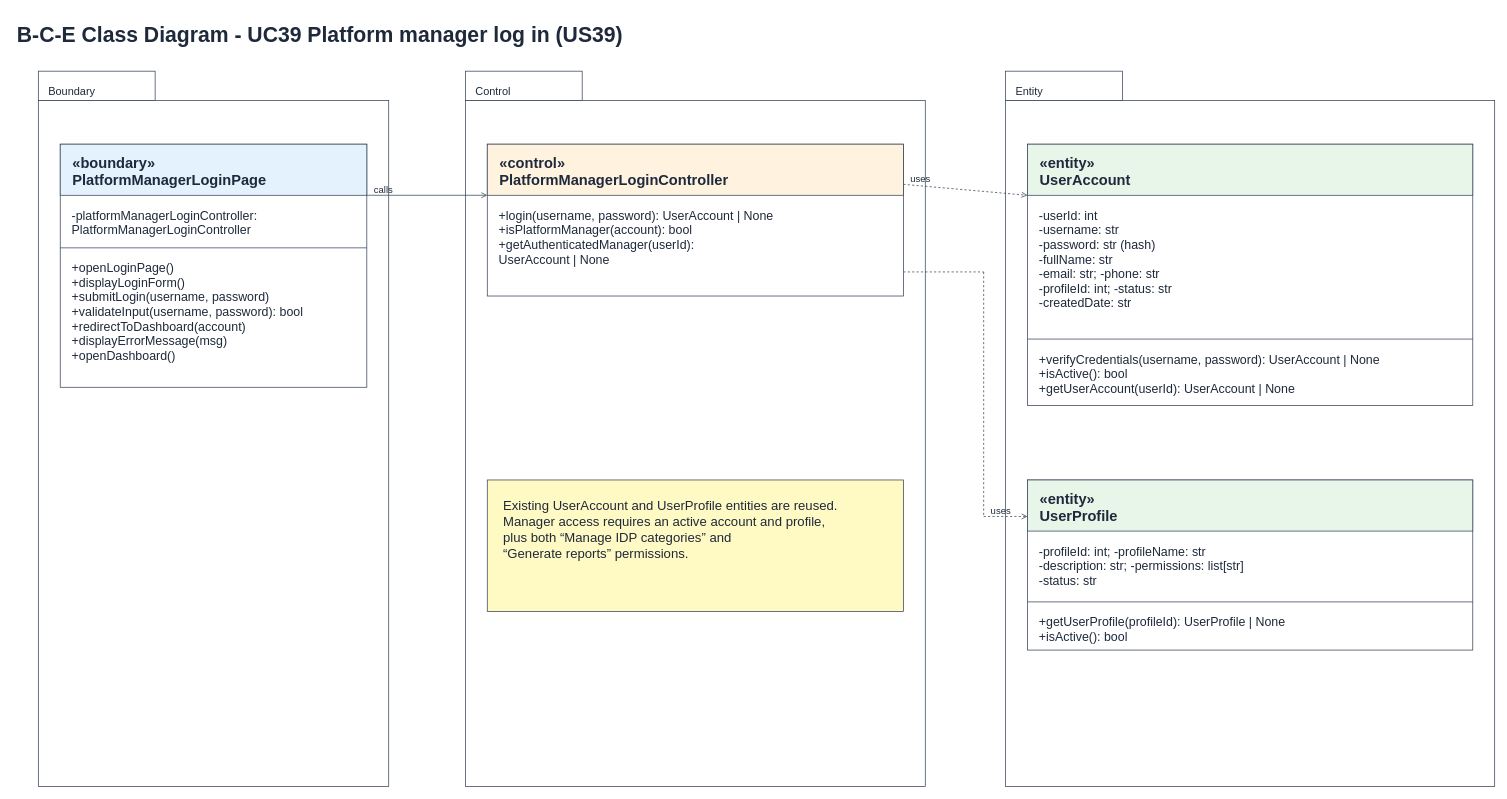
This is page "5 BCE Class Diagram" (6 of 7) of Sprint_2/US39 - Platform Manager Log in/US39 Platform manager log in.drawio from Hanzxc/CSIT314-ARCHSS, a draw.io file, before an edit. Source tidied: cells renumbered, new cells numbered last; positions are measured from the earlier drawing's top-left corner, leaving out a move shared by most shapes. Both pictures are drawn from the tidied source at 73%, with x=0, y=0 at pixel (15, 16).
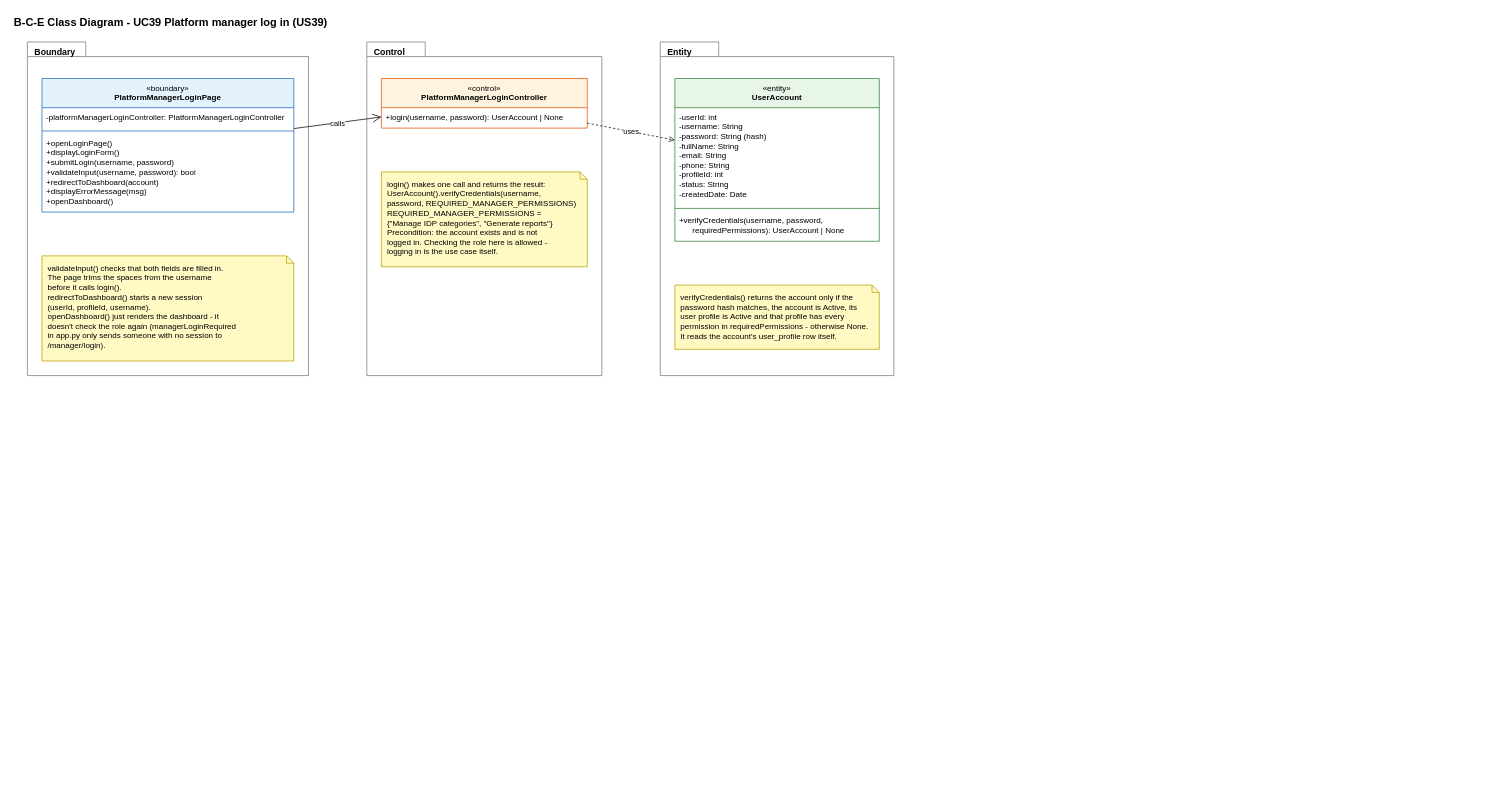
The same page after the edit.

The edit, as a diff of the source:
```diff
@@
-<mxGraphModel>
+<mxGraphModel background="#FFFFFF">
@@
-    <mxCell id="2" value="B-C-E Class Diagram - UC39 Platform manager log in (US39)" style="text;html=0;align=left;verticalAlign=top;fontSize=29;fontStyle=1;fontColor=#1e293b;" parent="1" vertex="1">
-      <mxGeometry width="900" height="36" as="geometry" />
+    <mxCell id="2" value="&lt;b&gt;B-C-E Class Diagram - UC39 Platform manager log in (US39)&lt;/b&gt;" style="text;html=1;strokeColor=none;fillColor=none;align=left;verticalAlign=middle;whiteSpace=nowrap;fontSize=15;fontColor=#000000;" parent="1" vertex="1">
+      <mxGeometry x="-4" y="-5" width="442" height="24" as="geometry" />
     </mxCell>
-    <mxCell id="3" style="rounded=0;whiteSpace=wrap;fillColor=#ffffff;strokeColor=#334155;" parent="1" vertex="1">
-      <mxGeometry x="31" y="115" width="480" height="940" as="geometry" />
-    </mxCell>
-    <mxCell id="4" style="rounded=0;whiteSpace=wrap;fillColor=#ffffff;strokeColor=#334155;" parent="1" vertex="1">
-      <mxGeometry x="31" y="75" width="160" height="40" as="geometry" />
-    </mxCell>
-    <mxCell id="5" value="Boundary" style="text;html=0;align=left;verticalAlign=top;fontSize=15;fontStyle=0;fontColor=#1e293b;" parent="1" vertex="1">
-      <mxGeometry x="43" y="87" width="136" height="22" as="geometry" />
+    <mxCell id="5" value="&lt;b&gt;Boundary&lt;/b&gt;" style="shape=folder;tabWidth=80;tabHeight=20;tabPosition=left;html=1;verticalAlign=top;align=left;spacingLeft=8;spacingTop=0;fillColor=none;fontSize=12;strokeColor=#777777;fontColor=#000000;" parent="1" vertex="1">
+      <mxGeometry x="16" y="35" width="385" height="457" as="geometry" />
     </mxCell>
-    <mxCell id="6" style="rounded=0;whiteSpace=wrap;fillColor=#ffffff;strokeColor=#334155;" parent="1" vertex="1">
-      <mxGeometry x="616" y="115" width="630" height="940" as="geometry" />
-    </mxCell>
-    <mxCell id="7" style="rounded=0;whiteSpace=wrap;fillColor=#ffffff;strokeColor=#334155;" parent="1" vertex="1">
-      <mxGeometry x="616" y="75" width="160" height="40" as="geometry" />
-    </mxCell>
-    <mxCell id="8" value="Control" style="text;html=0;align=left;verticalAlign=top;fontSize=15;fontStyle=0;fontColor=#1e293b;" parent="1" vertex="1">
-      <mxGeometry x="628" y="87" width="136" height="22" as="geometry" />
-    </mxCell>
-    <mxCell id="9" style="rounded=0;whiteSpace=wrap;fillColor=#ffffff;strokeColor=#334155;" parent="1" vertex="1">
-      <mxGeometry x="1356" y="115" width="670" height="940" as="geometry" />
-    </mxCell>
-    <mxCell id="10" style="rounded=0;whiteSpace=wrap;fillColor=#ffffff;strokeColor=#334155;" parent="1" vertex="1">
-      <mxGeometry x="1356" y="75" width="160" height="40" as="geometry" />
-    </mxCell>
-    <mxCell id="11" value="Entity" style="text;html=0;align=left;verticalAlign=top;fontSize=15;fontStyle=0;fontColor=#1e293b;" parent="1" vertex="1">
-      <mxGeometry x="1368" y="87" width="136" height="22" as="geometry" />
-    </mxCell>
-    <mxCell id="12" style="rounded=0;whiteSpace=wrap;fillColor=#ffffff;strokeColor=#334155;" parent="1" vertex="1">
-      <mxGeometry x="61" y="175" width="420" height="333" as="geometry" />
-    </mxCell>
-    <mxCell id="13" style="rounded=0;whiteSpace=wrap;fillColor=#e3f2fd;strokeColor=#334155;" parent="1" vertex="1">
-      <mxGeometry x="61" y="175" width="420" height="70" as="geometry" />
-    </mxCell>
-    <mxCell id="14" value="«boundary»&#10;PlatformManagerLoginPage" style="text;html=0;align=left;verticalAlign=top;fontSize=20;fontStyle=1;fontColor=#1e293b;" parent="1" vertex="1">
-      <mxGeometry x="76" y="182" width="390" height="54" as="geometry" />
+    <mxCell id="14" value="«boundary»&lt;br&gt;&lt;b&gt;PlatformManagerLoginPage&lt;/b&gt;" style="swimlane;fontStyle=0;align=center;verticalAlign=top;horizontal=1;startSize=40;html=1;whiteSpace=wrap;fontSize=11;fillColor=#E3F2FD;strokeColor=#1565C0;swimlaneFillColor=#FFFFFF;fontColor=#000000;" parent="1" vertex="1">
+      <mxGeometry x="36" y="85" width="345" height="183" as="geometry" />
     </mxCell>
-    <mxCell id="15" value="-platformManagerLoginController:&#10; PlatformManagerLoginController" style="text;html=0;align=left;verticalAlign=top;fontSize=17;fontStyle=0;fontColor=#1e293b;" parent="1" vertex="1">
-      <mxGeometry x="75" y="256" width="392" height="48" as="geometry" />
+    <mxCell id="15" value="-platformManagerLoginController: PlatformManagerLoginController" style="text;strokeColor=none;fillColor=none;align=left;verticalAlign=top;spacingLeft=4;spacingRight=4;overflow=hidden;whiteSpace=nowrap;html=1;fontSize=11;fontColor=#000000;" parent="14" vertex="1">
+      <mxGeometry y="40" width="345" height="28" as="geometry" />
     </mxCell>
-    <mxCell id="16" style="endArrow=none;html=0;dashed=0;strokeColor=#334155;" parent="1" edge="1">
-      <mxGeometry relative="1" as="geometry">
-        <mxPoint x="61" y="317" as="sourcePoint" />
-        <mxPoint x="481" y="317" as="targetPoint" />
-      </mxGeometry>
-    </mxCell>
+    <mxCell id="44" style="line;strokeWidth=1;fillColor=none;align=left;verticalAlign=middle;spacingTop=-1;spacingLeft=3;spacingRight=3;labelPosition=right;strokeColor=#1565C0;fontColor=#000000;" parent="14" vertex="1">
+      <mxGeometry y="68" width="345" height="8" as="geometry" />
+    </mxCell>
-    <mxCell id="17" value="+openLoginPage()&#10;+displayLoginForm()&#10;+submitLogin(username, password)&#10;+validateInput(username, password): bool&#10;+redirectToDashboard(account)&#10;+displayErrorMessage(msg)&#10;+openDashboard()" style="text;html=0;align=left;verticalAlign=top;fontSize=17;fontStyle=0;fontColor=#1e293b;" parent="1" vertex="1">
-      <mxGeometry x="75" y="328" width="392" height="168" as="geometry" />
+    <mxCell id="17" value="+openLoginPage()&lt;br&gt;+displayLoginForm()&lt;br&gt;+submitLogin(username, password)&lt;br&gt;+validateInput(username, password): bool&lt;br&gt;+redirectToDashboard(account)&lt;br&gt;+displayErrorMessage(msg)&lt;br&gt;+openDashboard()" style="text;strokeColor=none;fillColor=none;align=left;verticalAlign=top;spacingLeft=4;spacingRight=4;overflow=hidden;whiteSpace=nowrap;html=1;fontSize=11;fontColor=#000000;" parent="14" vertex="1">
+      <mxGeometry y="76" width="345" height="107" as="geometry" />
     </mxCell>
-    <mxCell id="18" style="rounded=0;whiteSpace=wrap;fillColor=#ffffff;strokeColor=#334155;" parent="1" vertex="1">
-      <mxGeometry x="646" y="175" width="570" height="208" as="geometry" />
-    </mxCell>
-    <mxCell id="19" style="rounded=0;whiteSpace=wrap;fillColor=#fff3e0;strokeColor=#334155;" parent="1" vertex="1">
-      <mxGeometry x="646" y="175" width="570" height="70" as="geometry" />
-    </mxCell>
+    <mxCell id="45" value="validateInput() checks that both fields are filled in.&lt;br&gt;The page trims the spaces from the username&lt;br&gt;before it calls login().&lt;br&gt;redirectToDashboard() starts a new session&lt;br&gt;(userId, profileId, username).&lt;br&gt;openDashboard() just renders the dashboard - it&lt;br&gt;doesn't check the role again (managerLoginRequired&lt;br&gt;in app.py only sends someone with no session to&lt;br&gt;/manager/login)." style="shape=note;whiteSpace=wrap;html=1;size=10;fillColor=#FFF9C4;strokeColor=#B8A100;align=left;verticalAlign=top;spacingLeft=6;spacingRight=4;spacingTop=4;fontSize=11;fontColor=#000000;" parent="1" vertex="1">
+      <mxGeometry x="36" y="328" width="345" height="144" as="geometry" />
+    </mxCell>
+    <mxCell id="8" value="&lt;b&gt;Control&lt;/b&gt;" style="shape=folder;tabWidth=80;tabHeight=20;tabPosition=left;html=1;verticalAlign=top;align=left;spacingLeft=8;spacingTop=0;fillColor=none;fontSize=12;strokeColor=#777777;fontColor=#000000;" parent="1" vertex="1">
+      <mxGeometry x="481" y="35" width="322" height="457" as="geometry" />
+    </mxCell>
-    <mxCell id="20" value="«control»&#10;PlatformManagerLoginController" style="text;html=0;align=left;verticalAlign=top;fontSize=20;fontStyle=1;fontColor=#1e293b;" parent="1" vertex="1">
-      <mxGeometry x="661" y="182" width="540" height="54" as="geometry" />
+    <mxCell id="20" value="«control»&lt;br&gt;&lt;b&gt;PlatformManagerLoginController&lt;/b&gt;" style="swimlane;fontStyle=0;align=center;verticalAlign=top;horizontal=1;startSize=40;html=1;whiteSpace=wrap;fontSize=11;fillColor=#FFF3E0;strokeColor=#E65100;swimlaneFillColor=#FFFFFF;fontColor=#000000;" parent="1" vertex="1">
+      <mxGeometry x="501" y="85" width="282" height="68" as="geometry" />
     </mxCell>
-    <mxCell id="21" value="+login(username, password): UserAccount | None&#10;+isPlatformManager(account): bool&#10;+getAuthenticatedManager(userId):&#10; UserAccount | None" style="text;html=0;align=left;verticalAlign=top;fontSize=17;fontStyle=0;fontColor=#1e293b;" parent="1" vertex="1">
-      <mxGeometry x="660" y="256" width="542" height="96" as="geometry" />
-    </mxCell>
-    <mxCell id="22" style="rounded=0;whiteSpace=wrap;fillColor=#ffffff;strokeColor=#334155;" parent="1" vertex="1">
-      <mxGeometry x="1386" y="175" width="610" height="358" as="geometry" />
-    </mxCell>
-    <mxCell id="23" style="rounded=0;whiteSpace=wrap;fillColor=#e8f5e9;strokeColor=#334155;" parent="1" vertex="1">
-      <mxGeometry x="1386" y="175" width="610" height="70" as="geometry" />
-    </mxCell>
+    <mxCell id="46" value="+login(username, password): UserAccount | None" style="text;strokeColor=none;fillColor=none;align=left;verticalAlign=top;spacingLeft=4;spacingRight=4;overflow=hidden;whiteSpace=nowrap;html=1;fontSize=11;fontColor=#000000;" parent="20" vertex="1">
+      <mxGeometry y="40" width="282" height="28" as="geometry" />
+    </mxCell>
+    <mxCell id="47" value="login() makes one call and returns the result:&lt;br&gt;UserAccount().verifyCredentials(username,&lt;br&gt;password, REQUIRED_MANAGER_PERMISSIONS)&lt;br&gt;REQUIRED_MANAGER_PERMISSIONS =&lt;br&gt;{&quot;Manage IDP categories&quot;, &quot;Generate reports&quot;}&lt;br&gt;Precondition: the account exists and is not&lt;br&gt;logged in. Checking the role here is allowed -&lt;br&gt;logging in is the use case itself." style="shape=note;whiteSpace=wrap;html=1;size=10;fillColor=#FFF9C4;strokeColor=#B8A100;align=left;verticalAlign=top;spacingLeft=6;spacingRight=4;spacingTop=4;fontSize=11;fontColor=#000000;" parent="1" vertex="1">
+      <mxGeometry x="501" y="213" width="282" height="130" as="geometry" />
+    </mxCell>
+    <mxCell id="11" value="&lt;b&gt;Entity&lt;/b&gt;" style="shape=folder;tabWidth=80;tabHeight=20;tabPosition=left;html=1;verticalAlign=top;align=left;spacingLeft=8;spacingTop=0;fillColor=none;fontSize=12;strokeColor=#777777;fontColor=#000000;" parent="1" vertex="1">
+      <mxGeometry x="883" y="35" width="320" height="457" as="geometry" />
+    </mxCell>
-    <mxCell id="24" value="«entity»&#10;UserAccount" style="text;html=0;align=left;verticalAlign=top;fontSize=20;fontStyle=1;fontColor=#1e293b;" parent="1" vertex="1">
-      <mxGeometry x="1401" y="182" width="580" height="54" as="geometry" />
+    <mxCell id="24" value="«entity»&lt;br&gt;&lt;b&gt;UserAccount&lt;/b&gt;" style="swimlane;fontStyle=0;align=center;verticalAlign=top;horizontal=1;startSize=40;html=1;whiteSpace=wrap;fontSize=11;fillColor=#E8F5E9;strokeColor=#2E7D32;swimlaneFillColor=#FFFFFF;fontColor=#000000;" parent="1" vertex="1">
+      <mxGeometry x="903" y="85" width="280" height="223" as="geometry" />
     </mxCell>
-    <mxCell id="25" value="-userId: int&#10;-username: str&#10;-password: str (hash)&#10;-fullName: str&#10;-email: str; -phone: str&#10;-profileId: int; -status: str&#10;-createdDate: str" style="text;html=0;align=left;verticalAlign=top;fontSize=17;fontStyle=0;fontColor=#1e293b;" parent="1" vertex="1">
-      <mxGeometry x="1400" y="256" width="582" height="168" as="geometry" />
-    </mxCell>
-    <mxCell id="26" style="endArrow=none;html=0;dashed=0;strokeColor=#334155;" parent="1" edge="1">
-      <mxGeometry relative="1" as="geometry">
-        <mxPoint x="1386" y="442" as="sourcePoint" />
-        <mxPoint x="1996" y="442" as="targetPoint" />
-      </mxGeometry>
-    </mxCell>
-    <mxCell id="27" value="+verifyCredentials(username, password): UserAccount | None&#10;+isActive(): bool&#10;+getUserAccount(userId): UserAccount | None" style="text;html=0;align=left;verticalAlign=top;fontSize=17;fontStyle=0;fontColor=#1e293b;" parent="1" vertex="1">
-      <mxGeometry x="1400" y="453" width="582" height="72" as="geometry" />
-    </mxCell>
-    <mxCell id="28" style="rounded=0;whiteSpace=wrap;fillColor=#ffffff;strokeColor=#334155;" parent="1" vertex="1">
-      <mxGeometry x="1386" y="635" width="610" height="233" as="geometry" />
-    </mxCell>
-    <mxCell id="29" style="rounded=0;whiteSpace=wrap;fillColor=#e8f5e9;strokeColor=#334155;" parent="1" vertex="1">
-      <mxGeometry x="1386" y="635" width="610" height="70" as="geometry" />
-    </mxCell>
-    <mxCell id="30" value="«entity»&#10;UserProfile" style="text;html=0;align=left;verticalAlign=top;fontSize=20;fontStyle=1;fontColor=#1e293b;" parent="1" vertex="1">
-      <mxGeometry x="1401" y="642" width="580" height="54" as="geometry" />
-    </mxCell>
-    <mxCell id="31" value="-profileId: int; -profileName: str&#10;-description: str; -permissions: list[str]&#10;-status: str" style="text;html=0;align=left;verticalAlign=top;fontSize=17;fontStyle=0;fontColor=#1e293b;" parent="1" vertex="1">
-      <mxGeometry x="1400" y="716" width="582" height="72" as="geometry" />
-    </mxCell>
-    <mxCell id="32" style="endArrow=none;html=0;dashed=0;strokeColor=#334155;" parent="1" edge="1">
-      <mxGeometry relative="1" as="geometry">
-        <mxPoint x="1386" y="802" as="sourcePoint" />
-        <mxPoint x="1996" y="802" as="targetPoint" />
-      </mxGeometry>
-    </mxCell>
-    <mxCell id="33" value="+getUserProfile(profileId): UserProfile | None&#10;+isActive(): bool" style="text;html=0;align=left;verticalAlign=top;fontSize=17;fontStyle=0;fontColor=#1e293b;" parent="1" vertex="1">
-      <mxGeometry x="1400" y="813" width="582" height="48" as="geometry" />
-    </mxCell>
-    <mxCell id="34" style="endArrow=open;html=0;dashed=0;strokeColor=#334155;" parent="1" edge="1">
-      <mxGeometry relative="1" as="geometry">
-        <mxPoint x="481" y="245" as="sourcePoint" />
-        <mxPoint x="646" y="245" as="targetPoint" />
-      </mxGeometry>
-    </mxCell>
+    <mxCell id="48" value="-userId: int&lt;br&gt;-username: String&lt;br&gt;-password: String (hash)&lt;br&gt;-fullName: String&lt;br&gt;-email: String&lt;br&gt;-phone: String&lt;br&gt;-profileId: int&lt;br&gt;-status: String&lt;br&gt;-createdDate: Date" style="text;strokeColor=none;fillColor=none;align=left;verticalAlign=top;spacingLeft=4;spacingRight=4;overflow=hidden;whiteSpace=nowrap;html=1;fontSize=11;fontColor=#000000;" parent="24" vertex="1">
+      <mxGeometry y="40" width="280" height="134" as="geometry" />
+    </mxCell>
+    <mxCell id="49" style="line;strokeWidth=1;fillColor=none;align=left;verticalAlign=middle;spacingTop=-1;spacingLeft=3;spacingRight=3;labelPosition=right;strokeColor=#2E7D32;fontColor=#000000;" parent="24" vertex="1">
+      <mxGeometry y="174" width="280" height="8" as="geometry" />
+    </mxCell>
+    <mxCell id="50" value="+verifyCredentials(username, password,&lt;br&gt;      requiredPermissions): UserAccount | None" style="text;strokeColor=none;fillColor=none;align=left;verticalAlign=top;spacingLeft=4;spacingRight=4;overflow=hidden;whiteSpace=nowrap;html=1;fontSize=11;fontColor=#000000;" parent="24" vertex="1">
+      <mxGeometry y="182" width="280" height="41" as="geometry" />
+    </mxCell>
+    <mxCell id="51" value="verifyCredentials() returns the account only if the&lt;br&gt;password hash matches, the account is Active, its&lt;br&gt;user profile is Active and that profile has every&lt;br&gt;permission in requiredPermissions - otherwise None.&lt;br&gt;It reads the account's user_profile row itself." style="shape=note;whiteSpace=wrap;html=1;size=10;fillColor=#FFF9C4;strokeColor=#B8A100;align=left;verticalAlign=top;spacingLeft=6;spacingRight=4;spacingTop=4;fontSize=11;fontColor=#000000;" parent="1" vertex="1">
+      <mxGeometry x="903" y="368" width="280" height="88" as="geometry" />
+    </mxCell>
-    <mxCell id="35" value="calls" style="text;html=0;align=left;verticalAlign=top;fontSize=13;fontStyle=0;fontColor=#1e293b;" parent="1" vertex="1">
-      <mxGeometry x="489" y="223" width="265" height="20" as="geometry" />
+    <mxCell id="35" value="calls" style="endArrow=open;endFill=0;endSize=10;html=1;rounded=0;fontSize=10;fontColor=#000000;strokeColor=#000000;labelBackgroundColor=#FFFFFF;" parent="1" edge="1" source="14" target="20">
+      <mxGeometry relative="1" as="geometry" />
     </mxCell>
-    <mxCell id="36" style="endArrow=open;html=0;dashed=1;strokeColor=#334155;" parent="1" edge="1">
-      <mxGeometry relative="1" as="geometry">
-        <mxPoint x="1216" y="230" as="sourcePoint" />
-        <mxPoint x="1386" y="245" as="targetPoint" />
-      </mxGeometry>
-    </mxCell>
-    <mxCell id="37" value="uses" style="text;html=0;align=left;verticalAlign=top;fontSize=13;fontStyle=0;fontColor=#1e293b;" parent="1" vertex="1">
-      <mxGeometry x="1224" y="208" width="270" height="20" as="geometry" />
-    </mxCell>
-    <mxCell id="38" style="endArrow=none;html=0;dashed=1;strokeColor=#334155;" parent="1" edge="1">
-      <mxGeometry relative="1" as="geometry">
-        <mxPoint x="1216" y="350" as="sourcePoint" />
-        <mxPoint x="1326" y="350" as="targetPoint" />
-      </mxGeometry>
-    </mxCell>
-    <mxCell id="39" style="endArrow=none;html=0;dashed=1;strokeColor=#334155;" parent="1" edge="1">
-      <mxGeometry relative="1" as="geometry">
-        <mxPoint x="1326" y="350" as="sourcePoint" />
-        <mxPoint x="1326" y="685" as="targetPoint" />
-      </mxGeometry>
-    </mxCell>
-    <mxCell id="40" style="endArrow=open;html=0;dashed=1;strokeColor=#334155;" parent="1" edge="1">
-      <mxGeometry relative="1" as="geometry">
-        <mxPoint x="1326" y="685" as="sourcePoint" />
-        <mxPoint x="1386" y="685" as="targetPoint" />
-      </mxGeometry>
-    </mxCell>
-    <mxCell id="41" value="uses" style="text;html=0;align=left;verticalAlign=top;fontSize=13;fontStyle=0;fontColor=#1e293b;" parent="1" vertex="1">
-      <mxGeometry x="1334" y="663" width="160" height="20" as="geometry" />
-    </mxCell>
-    <mxCell id="42" style="rounded=0;whiteSpace=wrap;fillColor=#fff9c4;strokeColor=#334155;" parent="1" vertex="1">
-      <mxGeometry x="646" y="635" width="570" height="180" as="geometry" />
-    </mxCell>
-    <mxCell id="43" value="Existing UserAccount and UserProfile entities are reused.&#10;Manager access requires an active account and profile,&#10;plus both “Manage IDP categories” and&#10;“Generate reports” permissions." style="text;html=0;align=left;verticalAlign=top;fontSize=18;fontStyle=0;fontColor=#1e293b;" parent="1" vertex="1">
-      <mxGeometry x="666" y="652" width="530" height="100" as="geometry" />
-    </mxCell>
+    <mxCell id="52" value="uses" style="endArrow=open;endFill=0;dashed=1;html=1;rounded=0;fontSize=10;fontColor=#000000;strokeColor=#000000;labelBackgroundColor=#FFFFFF;" parent="1" edge="1" source="20" target="24">
+      <mxGeometry relative="1" as="geometry" />
+    </mxCell>
```
